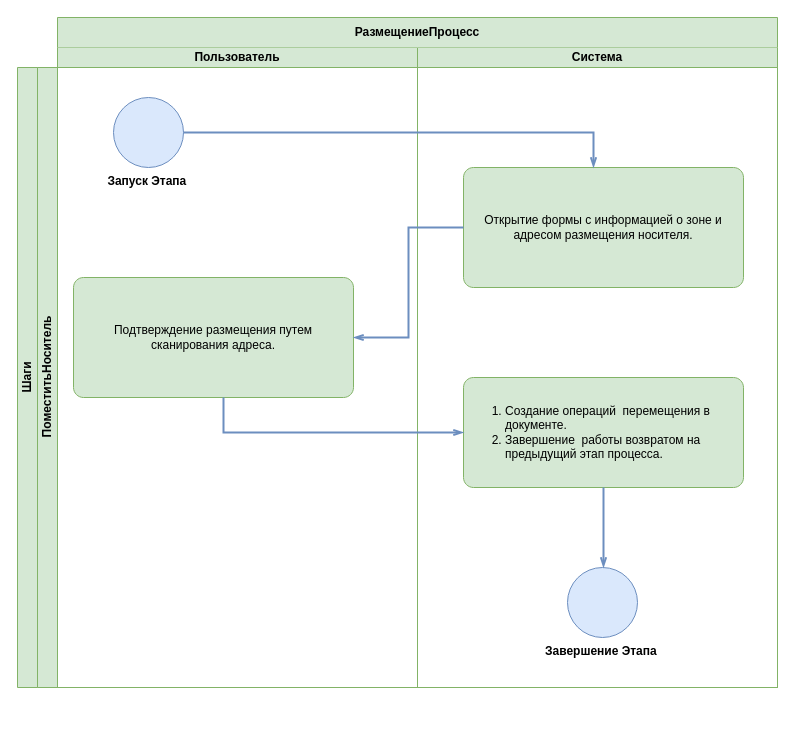
The draw.io diagram mobile-client/terminal-programms/razmeschenie/РазмещениеПроцесс.drawio in flln23/TopLog_Diagrams, before the edit. Source tidied: cells renumbered, new cells numbered last; positions are measured from the earlier drawing's top-left corner, leaving out a move shared by most shapes. Both pictures are drawn from the tidied source at 100%, with x=0, y=0 at pixel (17, 17).
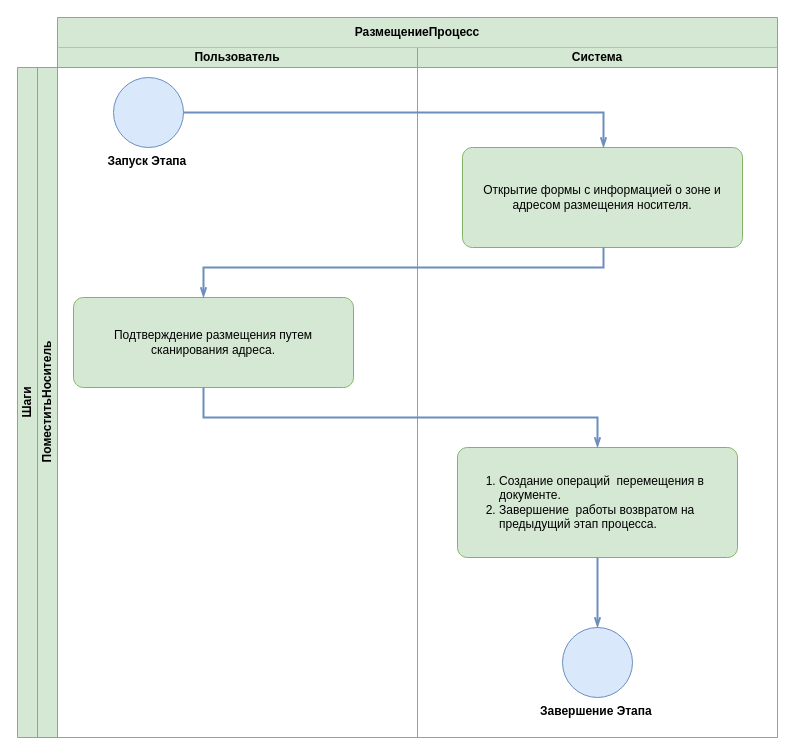
The same page after the edit.

Change to the diagram source:
```diff
@@
     <mxCell id="2" value="Шаги" style="swimlane;html=1;horizontal=0;startSize=20;whiteSpace=wrap;fillColor=#d5e8d4;strokeColor=#82b366;" parent="1" vertex="1">
-      <mxGeometry y="50" width="760" height="620" as="geometry" />
+      <mxGeometry y="50" width="760" height="670" as="geometry" />
     </mxCell>
     <mxCell id="3" value="ПоместитьНоситель" style="swimlane;html=1;startSize=20;horizontal=0;fillColor=#d5e8d4;strokeColor=#82b366;" parent="2" vertex="1">
-      <mxGeometry x="20" width="740" height="620" as="geometry" />
+      <mxGeometry x="20" width="740" height="670" as="geometry" />
     </mxCell>
@@
     <mxCell id="5" value="Пользователь" style="swimlane;startSize=20;whiteSpace=wrap;html=1;fillColor=#d5e8d4;strokeColor=#82b366;" parent="4" vertex="1">
-      <mxGeometry x="40" y="30" width="360" height="640" as="geometry" />
+      <mxGeometry x="40" y="30" width="360" height="690" as="geometry" />
     </mxCell>
     <mxCell id="6" value="Подтверждение размещения путем сканирования адреса." style="points=[[0.25,0,0],[0.5,0,0],[0.75,0,0],[1,0.25,0],[1,0.5,0],[1,0.75,0],[0.75,1,0],[0.5,1,0],[0.25,1,0],[0,0.75,0],[0,0.5,0],[0,0.25,0]];shape=mxgraph.bpmn.task;whiteSpace=wrap;rectStyle=rounded;size=10;html=1;taskMarker=abstract;fillColor=#d5e8d4;strokeColor=#82b366;" parent="5" vertex="1">
-      <mxGeometry x="16" y="230" width="280" height="120" as="geometry" />
+      <mxGeometry x="16" y="250" width="280" height="90" as="geometry" />
     </mxCell>
     <mxCell id="7" value="Запуск Этапа&amp;nbsp;" style="points=[[0.145,0.145,0],[0.5,0,0],[0.855,0.145,0],[1,0.5,0],[0.855,0.855,0],[0.5,1,0],[0.145,0.855,0],[0,0.5,0]];shape=mxgraph.bpmn.event;html=1;verticalLabelPosition=bottom;labelBackgroundColor=#ffffff;verticalAlign=top;align=center;perimeter=ellipsePerimeter;outlineConnect=0;outline=standard;symbol=general;fillColor=#dae8fc;strokeColor=#6c8ebf;fontStyle=1;" parent="5" vertex="1">
-      <mxGeometry x="56" y="50" width="70" height="70" as="geometry" />
+      <mxGeometry x="56" y="30" width="70" height="70" as="geometry" />
     </mxCell>
     <mxCell id="8" value="Система" style="swimlane;startSize=20;whiteSpace=wrap;html=1;fillColor=#d5e8d4;strokeColor=#82b366;" parent="4" vertex="1">
-      <mxGeometry x="400" y="30" width="360" height="640" as="geometry" />
+      <mxGeometry x="400" y="30" width="360" height="690" as="geometry" />
     </mxCell>
     <mxCell id="9" value="Открытие формы с информацией о зоне и адресом размещения носителя." style="points=[[0.25,0,0],[0.5,0,0],[0.75,0,0],[1,0.25,0],[1,0.5,0],[1,0.75,0],[0.75,1,0],[0.5,1,0],[0.25,1,0],[0,0.75,0],[0,0.5,0],[0,0.25,0]];shape=mxgraph.bpmn.task;whiteSpace=wrap;rectStyle=rounded;size=10;html=1;taskMarker=abstract;fillColor=#d5e8d4;strokeColor=#82b366;" parent="8" vertex="1">
-      <mxGeometry x="46" y="120" width="280" height="120" as="geometry" />
+      <mxGeometry x="45" y="100" width="280" height="100" as="geometry" />
     </mxCell>
     <mxCell id="10" value="&lt;ol&gt;&lt;li&gt;Создание операций&amp;nbsp; перемещения в документе.&lt;/li&gt;&lt;li&gt;Завершение&amp;nbsp; работы возвратом на предыдущий этап процесса.&lt;/li&gt;&lt;/ol&gt;" style="points=[[0.25,0,0],[0.5,0,0],[0.75,0,0],[1,0.25,0],[1,0.5,0],[1,0.75,0],[0.75,1,0],[0.5,1,0],[0.25,1,0],[0,0.75,0],[0,0.5,0],[0,0.25,0]];shape=mxgraph.bpmn.task;whiteSpace=wrap;rectStyle=rounded;size=10;html=1;taskMarker=abstract;fillColor=#d5e8d4;strokeColor=#82b366;align=left;" parent="8" vertex="1">
-      <mxGeometry x="46" y="330" width="280" height="110" as="geometry" />
+      <mxGeometry x="40" y="400" width="280" height="110" as="geometry" />
     </mxCell>
     <mxCell id="11" value="Завершение Этапа&amp;nbsp;" style="points=[[0.145,0.145,0],[0.5,0,0],[0.855,0.145,0],[1,0.5,0],[0.855,0.855,0],[0.5,1,0],[0.145,0.855,0],[0,0.5,0]];shape=mxgraph.bpmn.event;html=1;verticalLabelPosition=bottom;labelBackgroundColor=#ffffff;verticalAlign=top;align=center;perimeter=ellipsePerimeter;outlineConnect=0;outline=standard;symbol=general;fillColor=#dae8fc;strokeColor=#6c8ebf;fontStyle=1;" parent="8" vertex="1">
-      <mxGeometry x="150" y="520" width="70" height="70" as="geometry" />
+      <mxGeometry x="145" y="580" width="70" height="70" as="geometry" />
     </mxCell>
-    <mxCell id="12" style="edgeStyle=elbowEdgeStyle;fontSize=12;html=1;endFill=0;startFill=0;endSize=6;startSize=6;endArrow=openThin;startArrow=none;rounded=0;fillColor=#dae8fc;strokeColor=#6c8ebf;strokeWidth=2;" parent="8" edge="1" target="11">
+    <mxCell id="12" style="edgeStyle=elbowEdgeStyle;fontSize=12;html=1;endFill=0;startFill=0;endSize=6;startSize=6;endArrow=openThin;startArrow=none;rounded=0;fillColor=#dae8fc;strokeColor=#6c8ebf;strokeWidth=2;" parent="8" edge="1" source="10" target="11">
       <mxGeometry relative="1" as="geometry">
-        <mxPoint x="186" y="440" as="sourcePoint" />
         <Array as="points">
-          <mxPoint x="186" y="450" />
-          <mxPoint x="166" y="460" />
+          <mxPoint x="180" y="450" />
+          <mxPoint x="160" y="460" />
         </Array>
       </mxGeometry>
     </mxCell>
-    <mxCell id="13" style="edgeStyle=elbowEdgeStyle;fontSize=12;html=1;endFill=0;startFill=0;endSize=6;startSize=6;endArrow=openThin;startArrow=none;rounded=0;entryX=1;entryY=0.5;entryDx=0;entryDy=0;entryPerimeter=0;exitX=0;exitY=0.5;exitDx=0;exitDy=0;exitPerimeter=0;fillColor=#dae8fc;strokeColor=#6c8ebf;strokeWidth=2;" parent="4" edge="1" source="9" target="6">
-      <mxGeometry relative="1" as="geometry" />
+    <mxCell id="13" style="edgeStyle=orthogonalEdgeStyle;fontSize=12;html=1;endFill=0;startFill=0;endSize=6;startSize=6;endArrow=openThin;startArrow=none;rounded=0;fillColor=#dae8fc;strokeColor=#6c8ebf;strokeWidth=2;" parent="4" edge="1" source="9" target="6">
+      <mxGeometry relative="1" as="geometry">
+        <Array as="points">
+          <mxPoint x="586" y="250" />
+          <mxPoint x="186" y="250" />
+        </Array>
+      </mxGeometry>
     </mxCell>
@@
     <mxCell id="15" style="edgeStyle=elbowEdgeStyle;fontSize=12;html=1;endFill=0;startFill=0;endSize=6;startSize=6;endArrow=openThin;startArrow=none;rounded=0;exitX=1;exitY=0.5;exitDx=0;exitDy=0;exitPerimeter=0;fillColor=#dae8fc;strokeColor=#6c8ebf;strokeWidth=2;" parent="4" edge="1" source="7" target="9">
       <mxGeometry relative="1" as="geometry">
         <Array as="points">
+          <mxPoint x="586" y="100" />
+          <mxPoint x="536" y="100" />
           <mxPoint x="576" y="140" />
           <mxPoint x="606" y="130" />
         </Array>
       </mxGeometry>
     </mxCell>
-    <mxCell id="16" style="edgeStyle=elbowEdgeStyle;fontSize=12;html=1;endFill=0;startFill=0;endSize=6;startSize=6;endArrow=openThin;startArrow=none;rounded=0;fillColor=#dae8fc;strokeColor=#6c8ebf;entryX=0;entryY=0.5;entryDx=0;entryDy=0;entryPerimeter=0;strokeWidth=2;" parent="4" edge="1" source="6" target="10">
+    <mxCell id="16" style="edgeStyle=orthogonalEdgeStyle;fontSize=12;html=1;endFill=0;startFill=0;endSize=6;startSize=6;endArrow=openThin;startArrow=none;rounded=0;fillColor=#dae8fc;strokeColor=#6c8ebf;strokeWidth=2;" parent="4" edge="1" source="6" target="10">
       <mxGeometry relative="1" as="geometry">
         <Array as="points">
-          <mxPoint x="206" y="370" />
+          <mxPoint x="186" y="400" />
+          <mxPoint x="580" y="400" />
         </Array>
       </mxGeometry>
     </mxCell>
```
